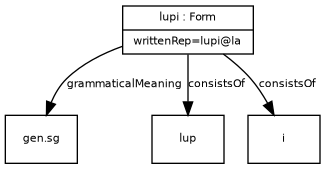
Above: examples/example_10.png in ontolex/morph (Graphviz), before the change. Its source is kept beside it as examples/example_10.dot. Its diagram source:
```dot
digraph G {
  fontname = "Bitstream Vera Sans"
    fontsize = 8

    node [
      fontname = "Bitstream Vera Sans"
      fontsize = 8
      shape = "record"
    ]

    edge [
      fontname = "Bitstream Vera Sans"
      fontsize = 8
    ]

gensg [ label="{gen.sg}" ]
lupi -> gensg [ label="grammaticalMeaning" ]
lup [ label="{lup}" ]
lupi -> lup [ label="consistsOf" ]
i [ label="{i}" ]
lupi -> i [ label="consistsOf" ]
lupi [ label="{lupi : Form|writtenRep=lupi@la}" ]
}
```
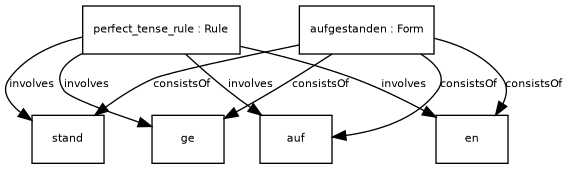
Later version of the same file.

Change to the diagram source:
```diff
@@ -13,11 +13,18 @@
       fontsize = 8
     ]
 
-gensg [ label="{gen.sg}" ]
-lupi -> gensg [ label="grammaticalMeaning" ]
-lup [ label="{lup}" ]
-lupi -> lup [ label="consistsOf" ]
-i [ label="{i}" ]
-lupi -> i [ label="consistsOf" ]
-lupi [ label="{lupi : Form|writtenRep=lupi@la}" ]
+auf [ label="{auf}" ]
+perfect_tense_rule -> auf [ label="involves" ]
+ge [ label="{ge}" ]
+perfect_tense_rule -> ge [ label="involves" ]
+stand [ label="{stand}" ]
+perfect_tense_rule -> stand [ label="involves" ]
+en [ label="{en}" ]
+perfect_tense_rule -> en [ label="involves" ]
+perfect_tense_rule [ label="{perfect_tense_rule : Rule}" ]
+aufgestanden -> auf [ label="consistsOf" ]
+aufgestanden -> ge [ label="consistsOf" ]
+aufgestanden -> stand [ label="consistsOf" ]
+aufgestanden -> en [ label="consistsOf" ]
+aufgestanden [ label="{aufgestanden : Form}" ]
 }
```
